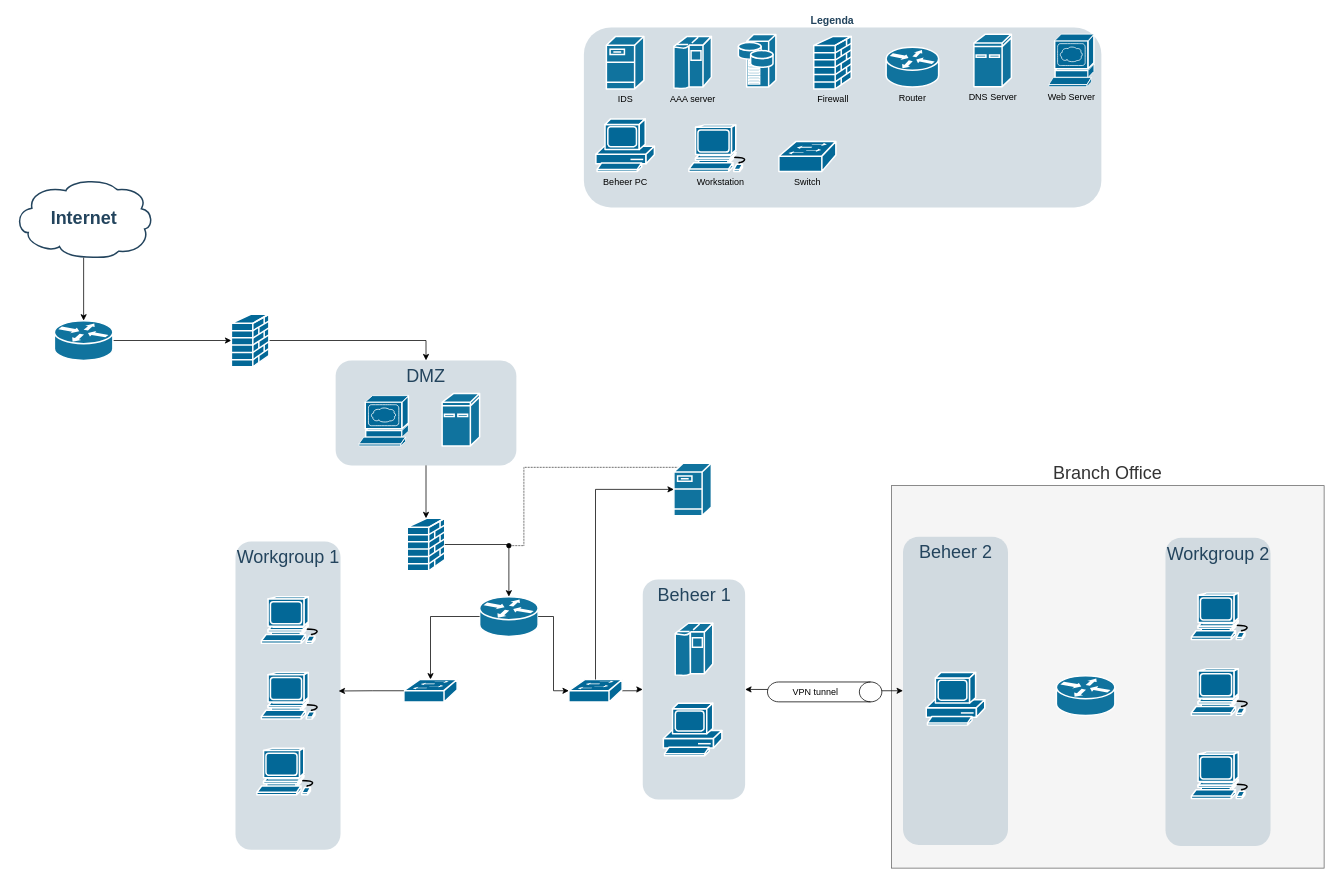
The draw.io diagram Diagram zonder titel.drawio in Dek-T1995/Draw.io-network-code-diagrams, before the edit. Source tidied: cells renumbered, new cells numbered last; positions are measured from the earlier drawing's top-left corner, leaving out a move shared by most shapes. Both pictures are drawn from the tidied source at 75%, with x=0, y=0 at pixel (14, 13).
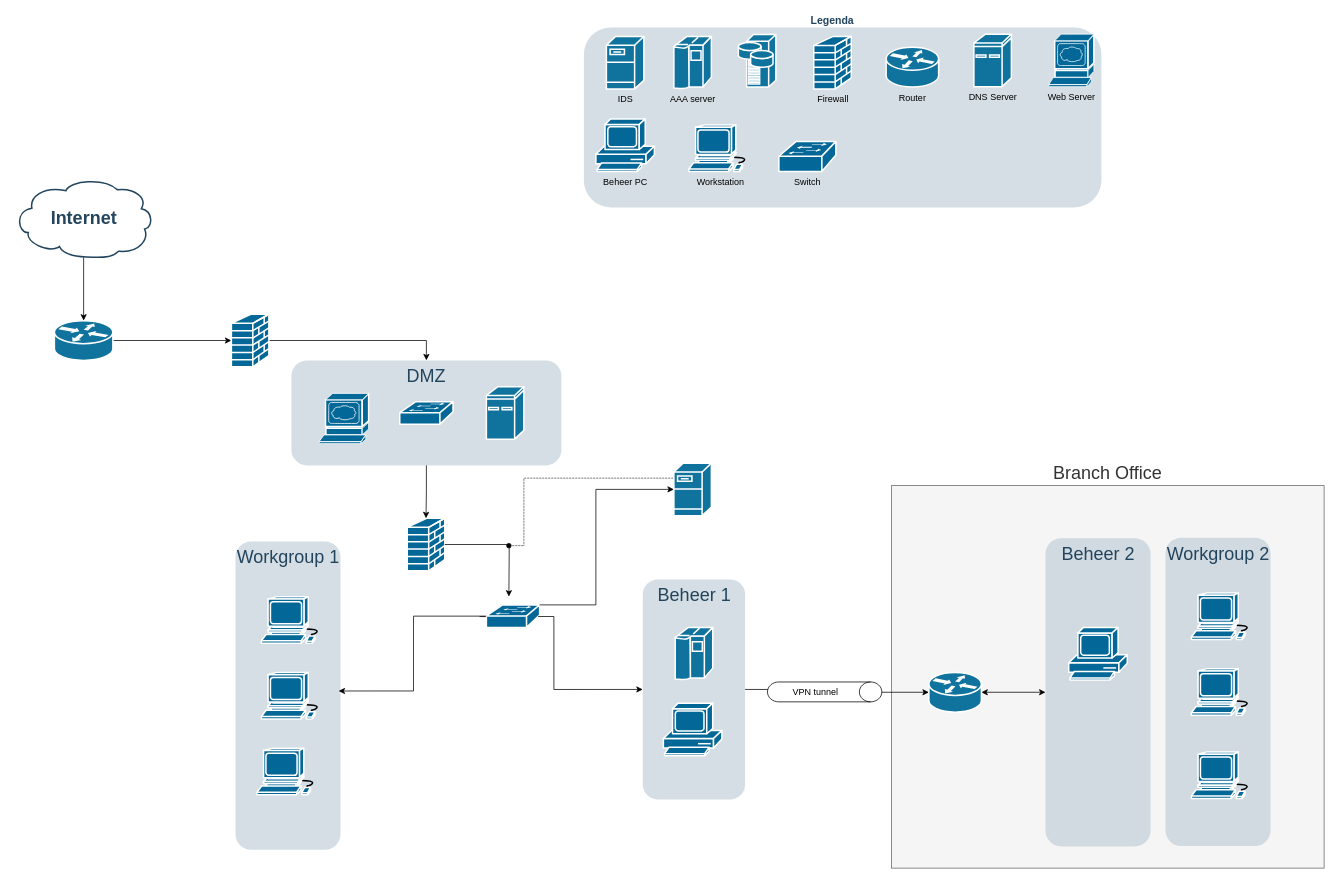
The same page after the edit.

Unchanged cells that the change refers to:
```xml
<mxCell id="4" value="Beheer 1" style="rounded=1;whiteSpace=wrap;html=1;strokeColor=none;fillColor=#BAC8D3;fontSize=24;fontColor=#23445D;align=center;opacity=60;verticalAlign=top;rotation=90;horizontal=0;" parent="1" vertex="1">
  <mxGeometry x="760" y="833.5" width="293.5" height="136.5" as="geometry" />
</mxCell>
<mxCell id="25" style="shape=mxgraph.cisco.security.firewall;sketch=0;html=1;dashed=0;fillColor=#036897;strokeColor=#ffffff;strokeWidth=2;verticalLabelPosition=bottom;verticalAlign=top;align=center;outlineConnect=0;" parent="1" vertex="1">
  <mxGeometry x="524.5" y="673.5" width="50" height="70" as="geometry" />
</mxCell>
<mxCell id="34" style="shape=mxgraph.cisco.servers.fileserver;html=1;dashed=0;fillColor=#10739E;strokeColor=#ffffff;strokeWidth=2;verticalLabelPosition=bottom;verticalAlign=top;fontFamily=Helvetica;fontSize=12;fontColor=#000000;labelBorderColor=none;" parent="1" vertex="1">
  <mxGeometry x="880" y="600" width="50" height="70" as="geometry" />
</mxCell>
```

Diff of the diagram source:
```diff
@@
-    <mxCell id="3" style="edgeStyle=orthogonalEdgeStyle;rounded=0;jettySize=auto;html=1;entryX=0.5;entryY=1;entryDx=0;entryDy=0;startArrow=classic;startFill=1;" parent="1" edge="1" source="4" target="41">
+    <mxCell id="3" style="edgeStyle=orthogonalEdgeStyle;rounded=0;jettySize=auto;html=1;entryX=0.5;entryY=1;entryDx=0;entryDy=0;startArrow=classic;startFill=1;exitX=1;exitY=0.5;exitDx=0;exitDy=0;exitPerimeter=0;" parent="1" edge="1" source="55" target="41">
       <mxGeometry relative="1" as="geometry" />
     </mxCell>
+    <mxCell id="53" style="edgeStyle=orthogonalEdgeStyle;rounded=0;jettySize=auto;html=1;" parent="1" edge="1" source="4" target="55">
+      <mxGeometry relative="1" as="geometry" />
+    </mxCell>
@@
     <mxCell id="6" value="DMZ" style="rounded=1;whiteSpace=wrap;html=1;strokeColor=none;fillColor=#BAC8D3;fontSize=24;fontColor=#23445D;align=center;opacity=60;verticalAlign=top;" parent="1" vertex="1">
-      <mxGeometry x="429" y="463" width="241" height="140" as="geometry" />
+      <mxGeometry x="370" y="463" width="360" height="140" as="geometry" />
     </mxCell>
@@
-    <mxCell id="13" style="edgeStyle=orthogonalEdgeStyle;rounded=0;jettySize=auto;html=1;entryX=0.5;entryY=1;entryDx=0;entryDy=0;" parent="1" edge="1" source="48" target="4">
-      <mxGeometry relative="1" as="geometry" />
-    </mxCell>
-    <mxCell id="14" style="shape=mxgraph.cisco.routers.router;html=1;dashed=0;fillColor=#10739E;strokeColor=#ffffff;strokeWidth=2;verticalLabelPosition=bottom;verticalAlign=top;fontFamily=Helvetica;fontSize=36;fontColor=#FFB366;" parent="1" vertex="1">
-      <mxGeometry x="621" y="778" width="78" height="53" as="geometry" />
-    </mxCell>
@@
     <mxCell id="22" style="shape=mxgraph.cisco.servers.www_server;sketch=0;html=1;dashed=0;fillColor=#036897;strokeColor=#ffffff;strokeWidth=2;verticalLabelPosition=bottom;verticalAlign=top;align=center;" parent="1" vertex="1">
-      <mxGeometry x="460" y="510" width="66" height="67" as="geometry" />
+      <mxGeometry x="407" y="507" width="66" height="67" as="geometry" />
     </mxCell>
@@
     <mxCell id="24" style="shape=mxgraph.cisco.computers_and_peripherals.ibm_mini_as400;html=1;dashed=0;fillColor=#10739E;strokeColor=#ffffff;strokeWidth=2;verticalLabelPosition=bottom;verticalAlign=top;fontFamily=Helvetica;fontSize=12;fontColor=#000000;" parent="1" vertex="1">
-      <mxGeometry x="571" y="507" width="50" height="70" as="geometry" />
+      <mxGeometry x="630" y="498" width="50" height="70" as="geometry" />
     </mxCell>
@@
     <mxCell id="33" style="edgeStyle=orthogonalEdgeStyle;rounded=0;jettySize=auto;html=1;endArrow=oval;endFill=1;dashed=1;dashPattern=1 1;exitX=0.13;exitY=0.08;exitDx=0;exitDy=0;exitPerimeter=0;" parent="1" edge="1" source="34">
       <mxGeometry relative="1" as="geometry">
         <mxPoint x="660" y="710" as="targetPoint" />
         <Array as="points">
-          <mxPoint x="680" y="606" />
+          <mxPoint x="887" y="620" />
+          <mxPoint x="680" y="620" />
+          <mxPoint x="680" y="710" />
         </Array>
       </mxGeometry>
     </mxCell>
@@
-    <mxCell id="36" style="edgeStyle=orthogonalEdgeStyle;rounded=0;jettySize=auto;html=1;entryX=0.5;entryY=0;entryDx=0;entryDy=0;entryPerimeter=0;" parent="1" edge="1" source="25" target="14">
-      <mxGeometry relative="1" as="geometry" />
+    <mxCell id="36" style="edgeStyle=orthogonalEdgeStyle;rounded=0;jettySize=auto;html=1;entryX=0.5;entryY=0;entryDx=0;entryDy=0;entryPerimeter=0;" parent="1" edge="1" source="25">
+      <mxGeometry relative="1" as="geometry">
+        <mxPoint x="660" y="778" as="targetPoint" />
+      </mxGeometry>
     </mxCell>
@@
     <mxCell id="41" value="Beheer 2" style="rounded=1;whiteSpace=wrap;html=1;strokeColor=none;fillColor=#BAC8D3;fontSize=24;fontColor=#23445D;align=center;opacity=60;verticalAlign=top;rotation=90;horizontal=0;" parent="1" vertex="1">
-      <mxGeometry x="1050" y="833.5" width="411" height="140" as="geometry" />
+      <mxGeometry x="1240" y="835.5" width="411" height="140" as="geometry" />
     </mxCell>
     <mxCell id="42" style="shape=mxgraph.cisco.computers_and_peripherals.pc;sketch=0;html=1;dashed=0;fillColor=#036897;strokeColor=#ffffff;strokeWidth=2;verticalLabelPosition=bottom;verticalAlign=top;align=center;" parent="1" vertex="1">
-      <mxGeometry x="1216.5" y="879" width="78" height="70" as="geometry" />
+      <mxGeometry x="1406.5" y="819" width="78" height="70" as="geometry" />
     </mxCell>
@@
-    <mxCell id="44" style="shape=mxgraph.cisco.routers.router;html=1;dashed=0;fillColor=#10739E;strokeColor=#ffffff;strokeWidth=2;verticalLabelPosition=bottom;verticalAlign=top;fontFamily=Helvetica;fontSize=36;fontColor=#FFB366;" parent="1" vertex="1">
-      <mxGeometry x="1390" y="883.5" width="78" height="53" as="geometry" />
-    </mxCell>
-    <mxCell id="45" style="edgeStyle=orthogonalEdgeStyle;rounded=0;jettySize=auto;html=1;" parent="1" edge="1" source="14" target="46">
-      <mxGeometry relative="1" as="geometry" />
+    <mxCell id="45" style="edgeStyle=orthogonalEdgeStyle;rounded=0;jettySize=auto;html=1;" parent="1" edge="1" target="46">
+      <mxGeometry relative="1" as="geometry">
+        <mxPoint x="621" y="804.5" as="sourcePoint" />
+      </mxGeometry>
     </mxCell>
     <mxCell id="46" style="shape=mxgraph.cisco.switches.workgroup_switch;sketch=0;html=1;dashed=0;fillColor=#036897;strokeColor=#ffffff;strokeWidth=2;verticalLabelPosition=bottom;verticalAlign=top;align=center;outlineConnect=0;" parent="1" vertex="1">
-      <mxGeometry x="520" y="888.5" width="71" height="30" as="geometry" />
+      <mxGeometry x="630" y="789" width="71" height="30" as="geometry" />
     </mxCell>
-    <mxCell id="47" style="edgeStyle=orthogonalEdgeStyle;rounded=0;jettySize=auto;html=1;entryX=0;entryY=0.5;entryDx=0;entryDy=0;entryPerimeter=0;" parent="1" edge="1" source="14" target="48">
-      <mxGeometry relative="1" as="geometry" />
+    <mxCell id="47" style="edgeStyle=orthogonalEdgeStyle;rounded=0;jettySize=auto;html=1;entryX=0.5;entryY=1;entryDx=0;entryDy=0;" parent="1" edge="1" target="4">
+      <mxGeometry relative="1" as="geometry">
+        <mxPoint x="699" y="804.5" as="sourcePoint" />
+        <Array as="points">
+          <mxPoint x="720" y="805" />
+          <mxPoint x="720" y="902" />
+        </Array>
+      </mxGeometry>
     </mxCell>
-    <mxCell id="48" style="shape=mxgraph.cisco.switches.workgroup_switch;sketch=0;html=1;dashed=0;fillColor=#036897;strokeColor=#ffffff;strokeWidth=2;verticalLabelPosition=bottom;verticalAlign=top;align=center;outlineConnect=0;" parent="1" vertex="1">
-      <mxGeometry x="740" y="888.5" width="71" height="30" as="geometry" />
-    </mxCell>
@@
     <mxCell id="51" value="&lt;div&gt;&lt;br&gt;&lt;/div&gt;" style="shape=mxgraph.cisco.computers_and_peripherals.ibm_mainframe;html=1;dashed=0;fillColor=#10739E;strokeColor=#ffffff;strokeWidth=2;verticalLabelPosition=bottom;verticalAlign=top;fontFamily=Helvetica;fontSize=12;fontColor=#000000;" parent="1" vertex="1">
-      <mxGeometry x="881.8" y="813.5" width="50" height="70" as="geometry" />
+      <mxGeometry x="881.8" y="819" width="50" height="70" as="geometry" />
     </mxCell>
-    <mxCell id="52" style="edgeStyle=orthogonalEdgeStyle;rounded=0;jettySize=auto;html=1;entryX=0;entryY=0.5;entryDx=0;entryDy=0;entryPerimeter=0;" parent="1" edge="1" source="48" target="34">
+    <mxCell id="52" style="edgeStyle=orthogonalEdgeStyle;rounded=0;jettySize=auto;html=1;entryX=0;entryY=0.5;entryDx=0;entryDy=0;entryPerimeter=0;exitX=1;exitY=0;exitDx=0;exitDy=0;exitPerimeter=0;" parent="1" edge="1" source="46" target="34">
       <mxGeometry relative="1" as="geometry">
         <Array as="points">
+          <mxPoint x="776" y="789" />
           <mxPoint x="776" y="635" />
         </Array>
       </mxGeometry>
     </mxCell>
+    <mxCell id="54" style="shape=mxgraph.cisco.switches.workgroup_switch;sketch=0;html=1;dashed=0;fillColor=#036897;strokeColor=#ffffff;strokeWidth=2;verticalLabelPosition=bottom;verticalAlign=top;align=center;" parent="1" vertex="1">
+      <mxGeometry x="514.5" y="518" width="71" height="30" as="geometry" />
+    </mxCell>
+    <mxCell id="55" style="shape=mxgraph.cisco.routers.router;html=1;dashed=0;fillColor=#10739E;strokeColor=#ffffff;strokeWidth=2;verticalLabelPosition=bottom;verticalAlign=top;fontFamily=Helvetica;fontSize=12;fontColor=#000000;labelBorderColor=none;" parent="1" vertex="1">
+      <mxGeometry x="1220" y="879" width="70" height="53" as="geometry" />
+    </mxCell>
```
